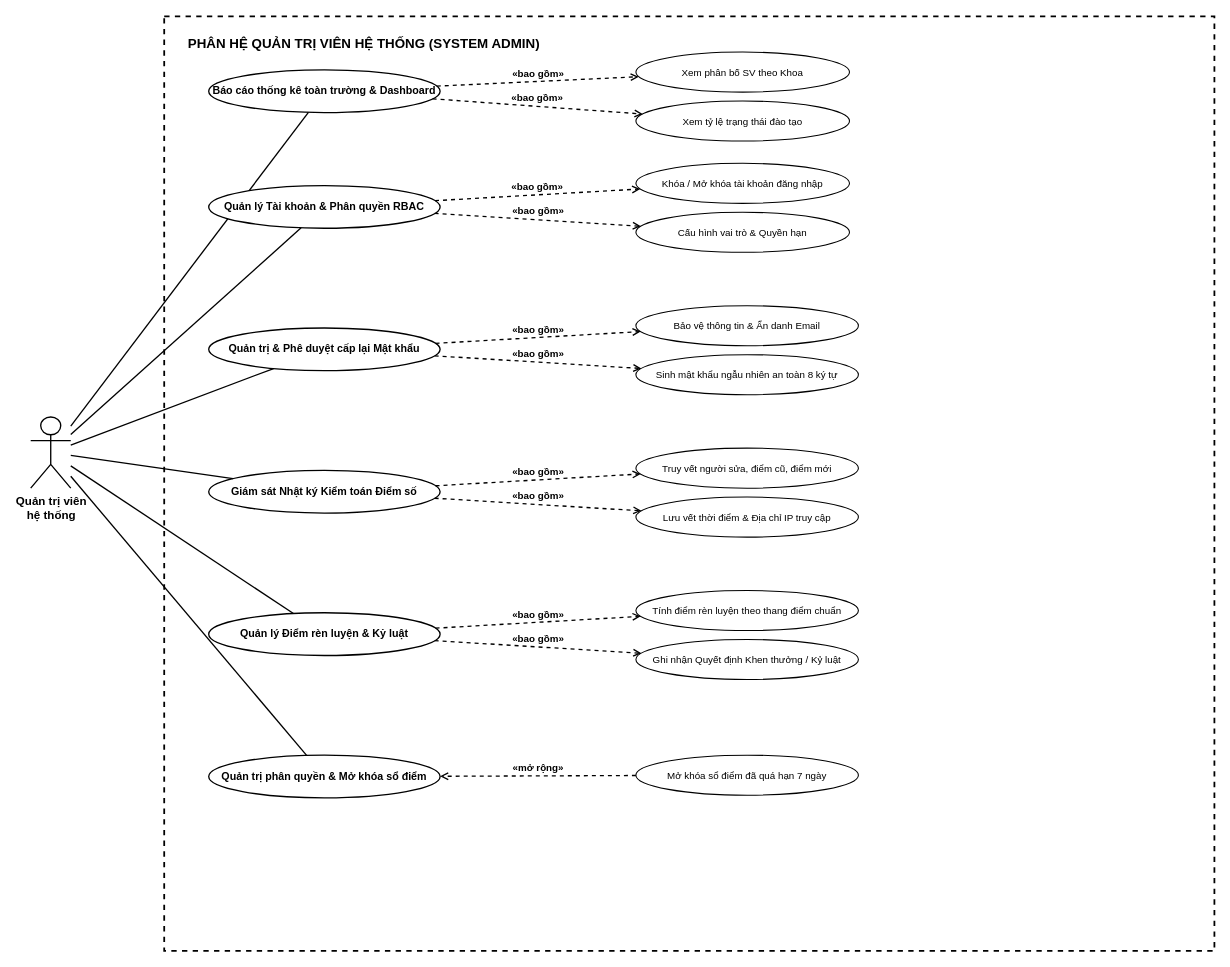
DevMarkie/DoAnChuyenNganh keeps this draw.io diagram as page "2. Phân hệ Quản trị viên hệ thống" (2 of 5) of drawio/UseCase_Diagrams.drawio. Above is the earlier version. Source tidied: cells renumbered, new cells numbered last; positions are measured from the earlier drawing's top-left corner, leaving out a move shared by most shapes. Both pictures are drawn from the tidied source at 89%, with x=0, y=0 at pixel (30, 16).
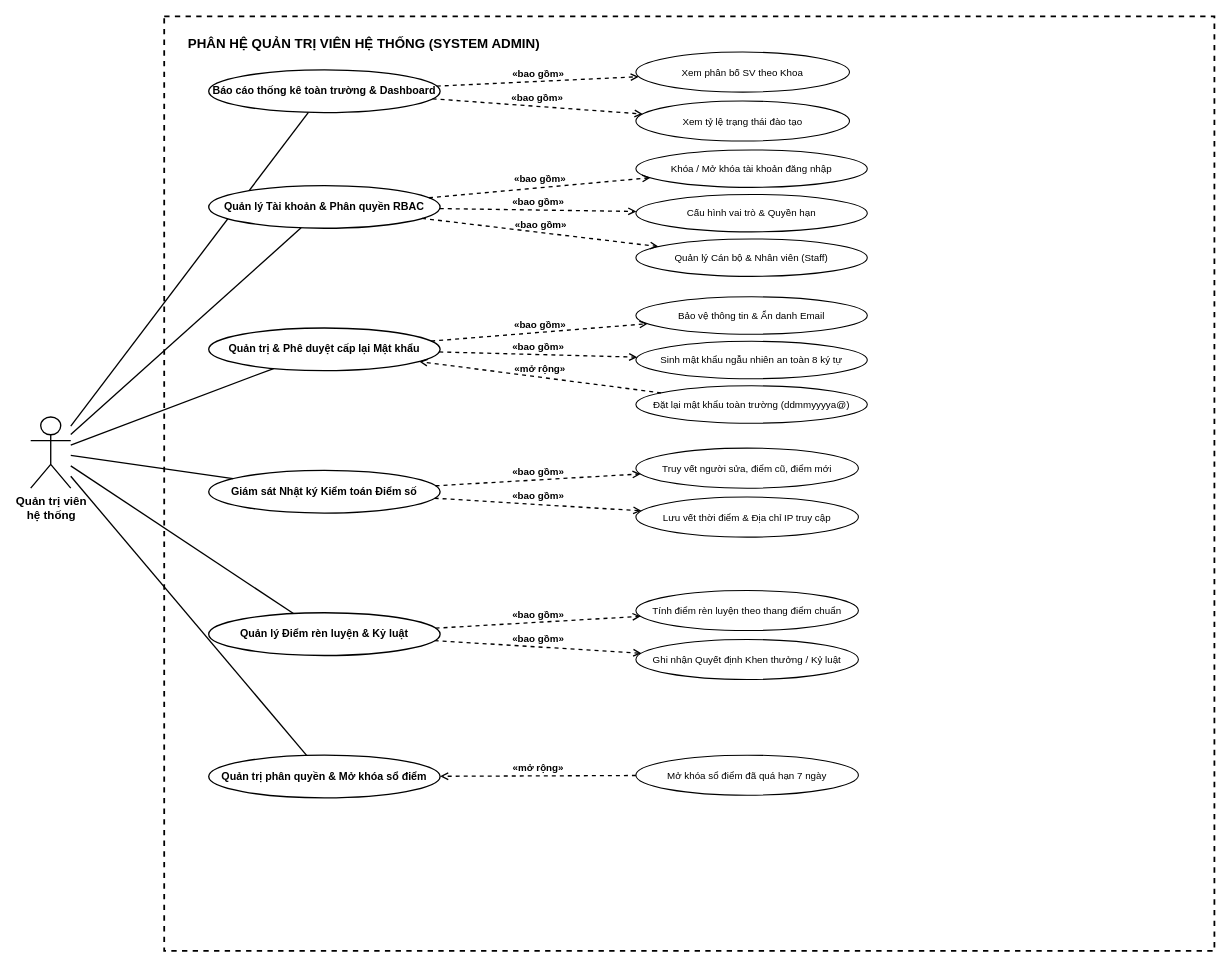
The same diagram, later.

The change refers to these unchanged cells:
```xml
<mxCell id="6" value="Quản lý Tài khoản &amp; Phân quyền RBAC" style="ellipse;whiteSpace=wrap;html=1;fontSize=12;fontStyle=1;fillColor=#ffffff;strokeColor=#000000;strokeWidth=1.5;fontColor=#000000;" parent="1" vertex="1">
  <mxGeometry x="200" y="190" width="260" height="48" as="geometry" />
</mxCell>
<mxCell id="8" value="Quản trị &amp; Phê duyệt cấp lại Mật khẩu" style="ellipse;whiteSpace=wrap;html=1;fontSize=12;fontStyle=1;fillColor=#ffffff;strokeColor=#000000;strokeWidth=1.5;fontColor=#000000;" parent="1" vertex="1">
  <mxGeometry x="200" y="350" width="260" height="48" as="geometry" />
</mxCell>
```

What changed in the source:
```diff
@@
     <mxCell id="20" value="Khóa / Mở khóa tài khoản đăng nhập" style="ellipse;whiteSpace=wrap;html=1;fontSize=11;fontStyle=0;fillColor=#ffffff;strokeColor=#000000;strokeWidth=1.2;fontColor=#000000;" parent="1" vertex="1">
-      <mxGeometry x="680" y="165" width="240" height="45" as="geometry" />
+      <mxGeometry x="680" y="150" width="260" height="42" as="geometry" />
     </mxCell>
     <mxCell id="21" value="Cấu hình vai trò &amp; Quyền hạn" style="ellipse;whiteSpace=wrap;html=1;fontSize=11;fontStyle=0;fillColor=#ffffff;strokeColor=#000000;strokeWidth=1.2;fontColor=#000000;" parent="1" vertex="1">
-      <mxGeometry x="680" y="220" width="240" height="45" as="geometry" />
+      <mxGeometry x="680" y="200" width="260" height="42" as="geometry" />
     </mxCell>
+    <mxCell id="38" value="Quản lý Cán bộ &amp; Nhân viên (Staff)" style="ellipse;whiteSpace=wrap;html=1;fontSize=11;fontStyle=0;fillColor=#ffffff;strokeColor=#000000;strokeWidth=1.2;fontColor=#000000;" parent="1" vertex="1">
+      <mxGeometry x="680" y="250" width="260" height="42" as="geometry" />
+    </mxCell>
@@
+    <mxCell id="39" value="«bao gồm»" style="html=1;verticalAlign=bottom;labelBackgroundColor=none;labelBorderColor=none;fillColor=none;endArrow=open;endFill=0;dashed=1;strokeColor=#000000;strokeWidth=1.5;fontColor=#000000;fontSize=11;fontStyle=1;" parent="1" edge="1" source="6" target="38">
+      <mxGeometry relative="1" as="geometry" />
+    </mxCell>
     <mxCell id="24" value="Bảo vệ thông tin &amp; Ẩn danh Email" style="ellipse;whiteSpace=wrap;html=1;fontSize=11;fontStyle=0;fillColor=#ffffff;strokeColor=#000000;strokeWidth=1.2;fontColor=#000000;" parent="1" vertex="1">
-      <mxGeometry x="680" y="325" width="250" height="45" as="geometry" />
+      <mxGeometry x="680" y="315" width="260" height="42" as="geometry" />
     </mxCell>
     <mxCell id="25" value="Sinh mật khẩu ngẫu nhiên an toàn 8 ký tự" style="ellipse;whiteSpace=wrap;html=1;fontSize=11;fontStyle=0;fillColor=#ffffff;strokeColor=#000000;strokeWidth=1.2;fontColor=#000000;" parent="1" vertex="1">
-      <mxGeometry x="680" y="380" width="250" height="45" as="geometry" />
+      <mxGeometry x="680" y="365" width="260" height="42" as="geometry" />
     </mxCell>
+    <mxCell id="40" value="Đặt lại mật khẩu toàn trường (ddmmyyyya@)" style="ellipse;whiteSpace=wrap;html=1;fontSize=11;fontStyle=0;fillColor=#ffffff;strokeColor=#000000;strokeWidth=1.2;fontColor=#000000;" parent="1" vertex="1">
+      <mxGeometry x="680" y="415" width="260" height="42" as="geometry" />
+    </mxCell>
@@
+    <mxCell id="41" value="«mở rộng»" style="html=1;verticalAlign=bottom;labelBackgroundColor=none;labelBorderColor=none;fillColor=none;endArrow=open;endFill=0;dashed=1;strokeColor=#000000;strokeWidth=1.5;fontColor=#000000;fontSize=11;fontStyle=1;" parent="1" edge="1" source="40" target="8">
+      <mxGeometry relative="1" as="geometry" />
+    </mxCell>
```
